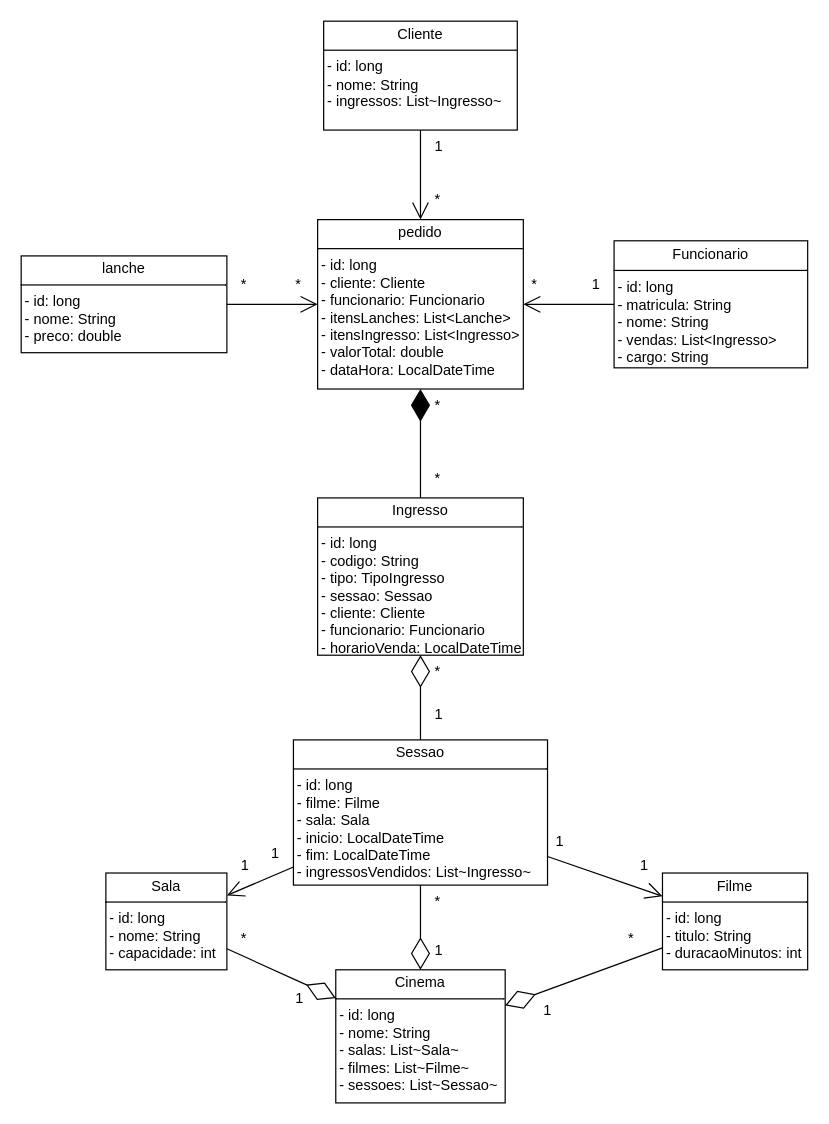
This is src/Cinema.drawio from HugoParzival007/Cinema, a draw.io file, before an edit. Source tidied: cells renumbered, new cells numbered last; positions are measured from the earlier drawing's top-left corner, leaving out a move shared by most shapes. Both pictures are drawn from the tidied source at 121%, with x=0, y=0 at pixel (21, 21).
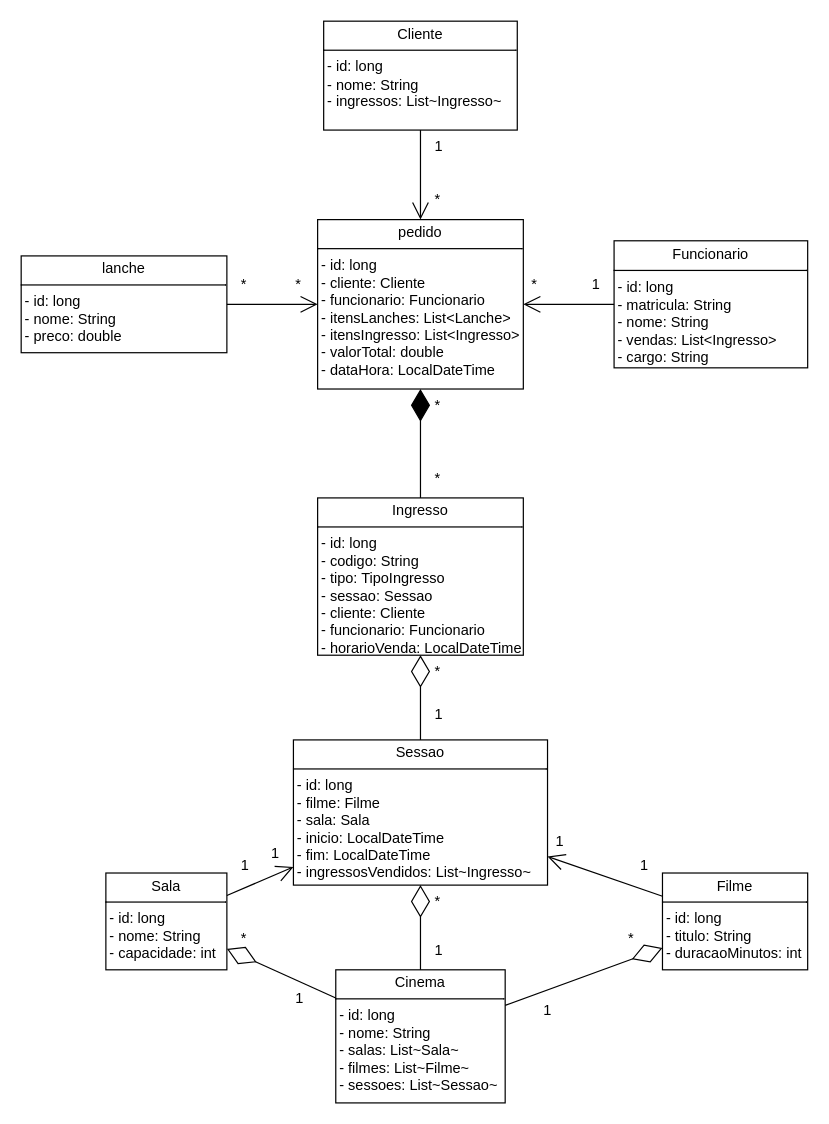
Above is the later version.

The change refers to these unchanged cells:
```xml
<mxCell id="3" value="&lt;p style=&quot;margin:0px;margin-top:4px;text-align:center;&quot;&gt;Filme&lt;/p&gt;&lt;hr size=&quot;1&quot; style=&quot;border-style:solid;&quot;&gt;&lt;div class=&quot;cm-line&quot;&gt;&amp;nbsp;- id: long&lt;/div&gt;&lt;div class=&quot;cm-line&quot;&gt;&amp;nbsp;- titulo: String&lt;/div&gt;&lt;div class=&quot;cm-line&quot;&gt;&amp;nbsp;- duracaoMinutos: int&lt;/div&gt;&lt;div class=&quot;cm-line&quot;&gt;&lt;br&gt;&lt;/div&gt;" style="verticalAlign=top;align=left;overflow=fill;html=1;whiteSpace=wrap;" parent="1" vertex="1">
  <mxGeometry x="530" y="704" width="120" height="80" as="geometry" />
</mxCell>
<mxCell id="4" value="&lt;p style=&quot;margin:0px;margin-top:4px;text-align:center;&quot;&gt;Sala&lt;/p&gt;&lt;hr size=&quot;1&quot; style=&quot;border-style:solid;&quot;&gt;&lt;div class=&quot;cm-line&quot;&gt;&amp;nbsp;- id: long&lt;/div&gt;&lt;div class=&quot;cm-line&quot;&gt;&amp;nbsp;- nome: String&lt;/div&gt;&lt;div class=&quot;cm-line&quot;&gt;&amp;nbsp;- capacidade: int&lt;/div&gt;" style="verticalAlign=top;align=left;overflow=fill;html=1;whiteSpace=wrap;" parent="1" vertex="1">
  <mxGeometry x="70" y="704" width="100" height="80" as="geometry" />
</mxCell>
<mxCell id="5" value="&lt;p style=&quot;margin:0px;margin-top:4px;text-align:center;&quot;&gt;Sessao&lt;/p&gt;&lt;hr size=&quot;1&quot; style=&quot;border-style:solid;&quot;&gt;&lt;div class=&quot;cm-line&quot;&gt;&amp;nbsp;- id: long&lt;/div&gt;&lt;div class=&quot;cm-line&quot;&gt;&amp;nbsp;- filme: Filme&lt;/div&gt;&lt;div class=&quot;cm-line&quot;&gt;&amp;nbsp;- sala: Sala&lt;/div&gt;&lt;div class=&quot;cm-line&quot;&gt;&amp;nbsp;- inicio: LocalDateTime&lt;/div&gt;&lt;div class=&quot;cm-line&quot;&gt;&amp;nbsp;- fim: LocalDateTime&lt;/div&gt;&lt;div class=&quot;cm-line&quot;&gt;&amp;nbsp;- ingressosVendidos: List~Ingresso~&lt;/div&gt;" style="verticalAlign=top;align=left;overflow=fill;html=1;whiteSpace=wrap;" parent="1" vertex="1">
  <mxGeometry x="225" y="594" width="210" height="120" as="geometry" />
</mxCell>
<mxCell id="8" value="&lt;p style=&quot;margin:0px;margin-top:4px;text-align:center;&quot;&gt;Cinema&lt;/p&gt;&lt;hr size=&quot;1&quot; style=&quot;border-style:solid;&quot;&gt;&lt;div class=&quot;cm-line&quot;&gt;&amp;nbsp;- id: long&lt;/div&gt;&lt;div class=&quot;cm-line&quot;&gt;&amp;nbsp;- nome: String&lt;/div&gt;&lt;div class=&quot;cm-line&quot;&gt;&amp;nbsp;- salas: List~Sala~&lt;/div&gt;&lt;div class=&quot;cm-line&quot;&gt;&amp;nbsp;- filmes: List~Filme~&lt;/div&gt;&lt;div class=&quot;cm-line&quot;&gt;&amp;nbsp;- sessoes: List~Sessao~&lt;/div&gt;" style="verticalAlign=top;align=left;overflow=fill;html=1;whiteSpace=wrap;" parent="1" vertex="1">
  <mxGeometry x="260" y="784" width="140" height="110" as="geometry" />
</mxCell>
```

Diff of the diagram source:
```diff
@@
-    <mxCell id="9" style="endArrow=diamondThin;endFill=0;endSize=24;html=1;rounded=0;" parent="1" edge="1" source="4" target="8">
+    <mxCell id="9" style="endArrow=diamondThin;endFill=0;endSize=24;html=1;rounded=0;" parent="1" edge="1" source="8" target="4">
       <mxGeometry relative="1" as="geometry" />
     </mxCell>
-    <mxCell id="10" style="endArrow=diamondThin;endFill=0;endSize=24;html=1;rounded=0;" parent="1" edge="1" source="3" target="8">
+    <mxCell id="10" style="endArrow=diamondThin;endFill=0;endSize=24;html=1;rounded=0;" parent="1" edge="1" source="8" target="3">
       <mxGeometry relative="1" as="geometry" />
     </mxCell>
-    <mxCell id="11" style="endArrow=diamondThin;endFill=0;endSize=24;html=1;rounded=0;" parent="1" edge="1" source="5" target="8">
+    <mxCell id="11" style="endArrow=diamondThin;endFill=0;endSize=24;html=1;rounded=0;" parent="1" edge="1" source="8" target="5">
       <mxGeometry relative="1" as="geometry" />
     </mxCell>
@@
-    <mxCell id="31" style="endArrow=open;endFill=1;endSize=12;html=1;rounded=0;" parent="1" edge="1" source="5" target="3">
+    <mxCell id="31" style="endArrow=open;endFill=1;endSize=12;html=1;rounded=0;" parent="1" edge="1" source="3" target="5">
       <mxGeometry relative="1" as="geometry" />
     </mxCell>
-    <mxCell id="32" style="endArrow=open;endFill=1;endSize=12;html=1;rounded=0;" parent="1" edge="1" source="5" target="4">
+    <mxCell id="32" style="endArrow=open;endFill=1;endSize=12;html=1;rounded=0;" parent="1" edge="1" source="4" target="5">
       <mxGeometry relative="1" as="geometry" />
     </mxCell>
```
